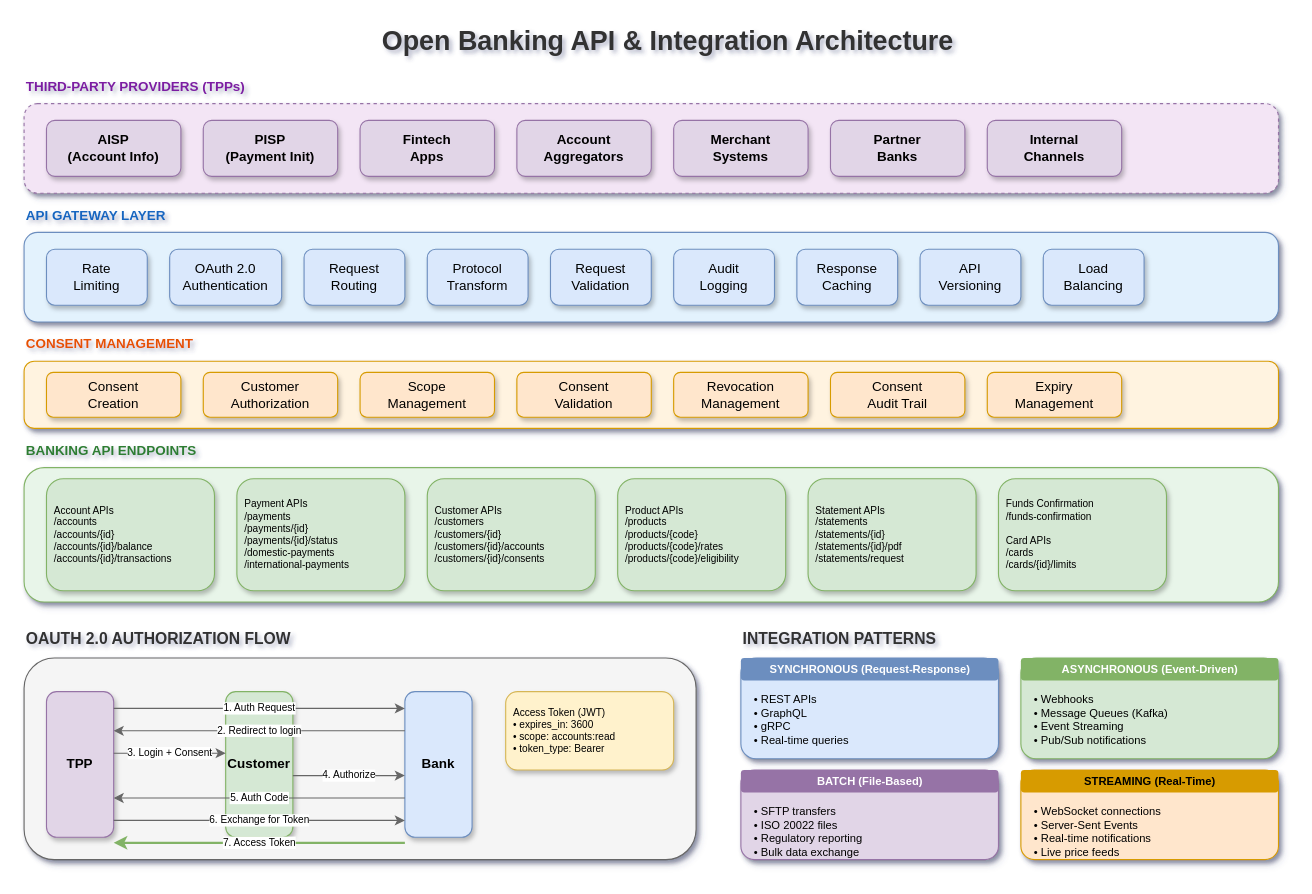
This is lesson-10-integration-and-apis/10.0-api-architecture.drawio from MrParkerZ7/document-lesson-core-banking-business-system-technology-x-claude, a draw.io file, before an edit. Source tidied: cells renumbered, new cells numbered last; positions are measured from the earlier drawing's top-left corner, leaving out a move shared by most shapes. Both pictures are drawn from the tidied source at 112%, with x=0, y=0 at pixel (24, 19).
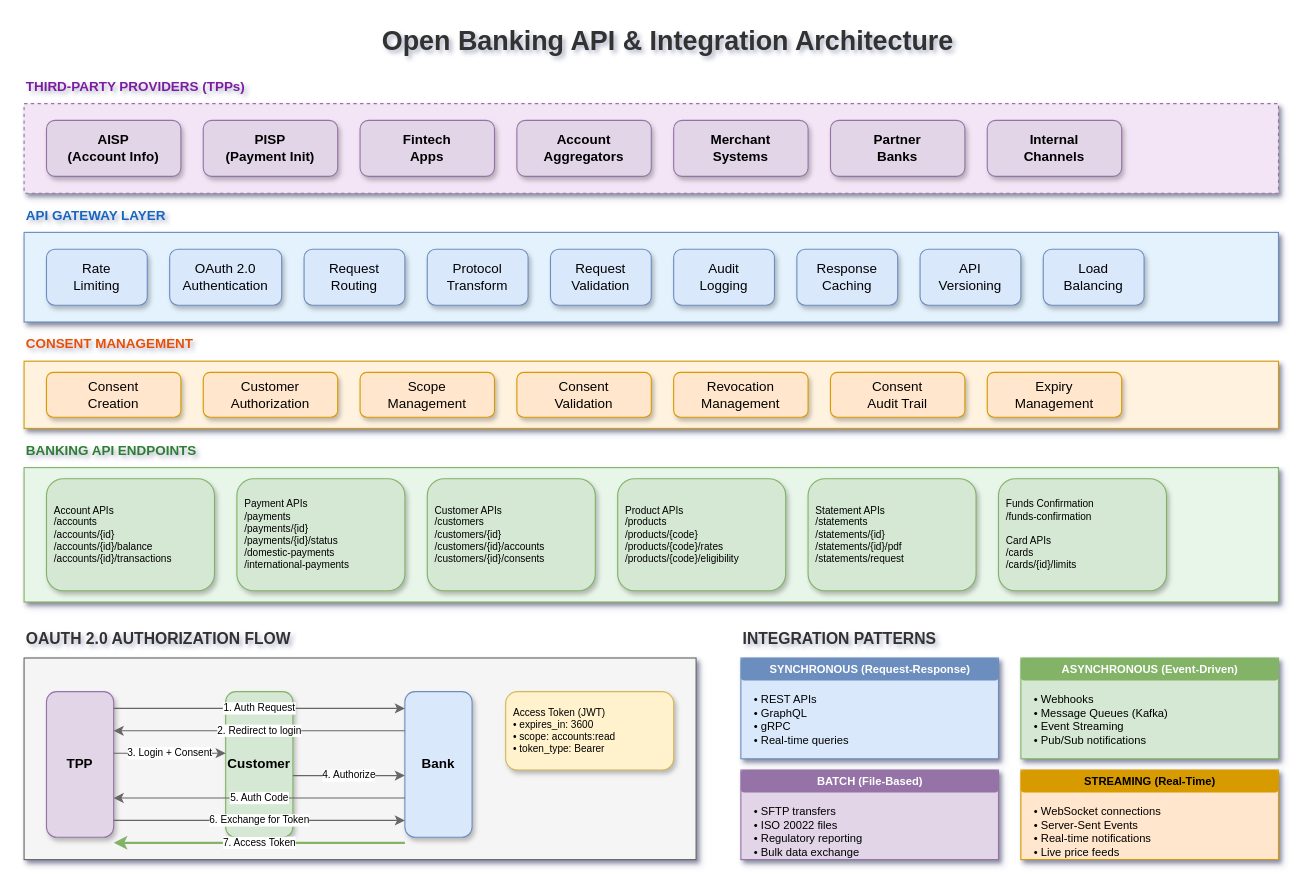
Above is the later version.

Change to the diagram source:
```diff
@@
-    <mxCell id="4" style="rounded=1;whiteSpace=wrap;html=1;fillColor=#f3e5f5;strokeColor=#9673a6;shadow=1;dashed=1;" parent="1" vertex="1">
+    <mxCell id="4" style="rounded=0;whiteSpace=wrap;html=1;fillColor=#f3e5f5;strokeColor=#9673a6;shadow=1;dashed=1;" parent="1" vertex="1">
       <mxGeometry y="75" width="1120" height="80" as="geometry" />
     </mxCell>
@@
-    <mxCell id="13" style="rounded=1;whiteSpace=wrap;html=1;fillColor=#e3f2fd;strokeColor=#6c8ebf;shadow=1;" parent="1" vertex="1">
+    <mxCell id="13" style="rounded=0;whiteSpace=wrap;html=1;fillColor=#e3f2fd;strokeColor=#6c8ebf;shadow=1;" parent="1" vertex="1">
       <mxGeometry y="190" width="1120" height="80" as="geometry" />
     </mxCell>
@@
-    <mxCell id="24" style="rounded=1;whiteSpace=wrap;html=1;fillColor=#fff3e0;strokeColor=#d79b00;shadow=1;" parent="1" vertex="1">
+    <mxCell id="24" style="rounded=0;whiteSpace=wrap;html=1;fillColor=#fff3e0;strokeColor=#d79b00;shadow=1;" parent="1" vertex="1">
       <mxGeometry y="305" width="1120" height="60" as="geometry" />
     </mxCell>
@@
-    <mxCell id="33" style="rounded=1;whiteSpace=wrap;html=1;fillColor=#e8f5e9;strokeColor=#82b366;shadow=1;" parent="1" vertex="1">
+    <mxCell id="33" style="rounded=0;whiteSpace=wrap;html=1;fillColor=#e8f5e9;strokeColor=#82b366;shadow=1;" parent="1" vertex="1">
       <mxGeometry y="400" width="1120" height="120" as="geometry" />
     </mxCell>
@@
-    <mxCell id="41" style="rounded=1;whiteSpace=wrap;html=1;fillColor=#f5f5f5;strokeColor=#666666;shadow=1;" parent="1" vertex="1">
+    <mxCell id="41" style="rounded=0;whiteSpace=wrap;html=1;fillColor=#f5f5f5;strokeColor=#666666;shadow=1;" parent="1" vertex="1">
       <mxGeometry y="570" width="600" height="180" as="geometry" />
     </mxCell>
@@
-    <mxCell id="54" style="rounded=1;whiteSpace=wrap;html=1;fillColor=#dae8fc;strokeColor=#6c8ebf;shadow=1;" parent="1" vertex="1">
+    <mxCell id="54" style="rounded=0;whiteSpace=wrap;html=1;fillColor=#dae8fc;strokeColor=#6c8ebf;shadow=1;" parent="1" vertex="1">
       <mxGeometry x="640" y="570" width="230" height="90" as="geometry" />
     </mxCell>
@@
-    <mxCell id="57" style="rounded=1;whiteSpace=wrap;html=1;fillColor=#d5e8d4;strokeColor=#82b366;shadow=1;" parent="1" vertex="1">
+    <mxCell id="57" style="rounded=0;whiteSpace=wrap;html=1;fillColor=#d5e8d4;strokeColor=#82b366;shadow=1;" parent="1" vertex="1">
       <mxGeometry x="890" y="570" width="230" height="90" as="geometry" />
     </mxCell>
@@
-    <mxCell id="60" style="rounded=1;whiteSpace=wrap;html=1;fillColor=#e1d5e7;strokeColor=#9673a6;shadow=1;" parent="1" vertex="1">
+    <mxCell id="60" style="rounded=0;whiteSpace=wrap;html=1;fillColor=#e1d5e7;strokeColor=#9673a6;shadow=1;" parent="1" vertex="1">
       <mxGeometry x="640" y="670" width="230" height="80" as="geometry" />
     </mxCell>
@@
-    <mxCell id="63" style="rounded=1;whiteSpace=wrap;html=1;fillColor=#ffe6cc;strokeColor=#d79b00;shadow=1;" parent="1" vertex="1">
+    <mxCell id="63" style="rounded=0;whiteSpace=wrap;html=1;fillColor=#ffe6cc;strokeColor=#d79b00;shadow=1;" parent="1" vertex="1">
       <mxGeometry x="890" y="670" width="230" height="80" as="geometry" />
     </mxCell>
```
